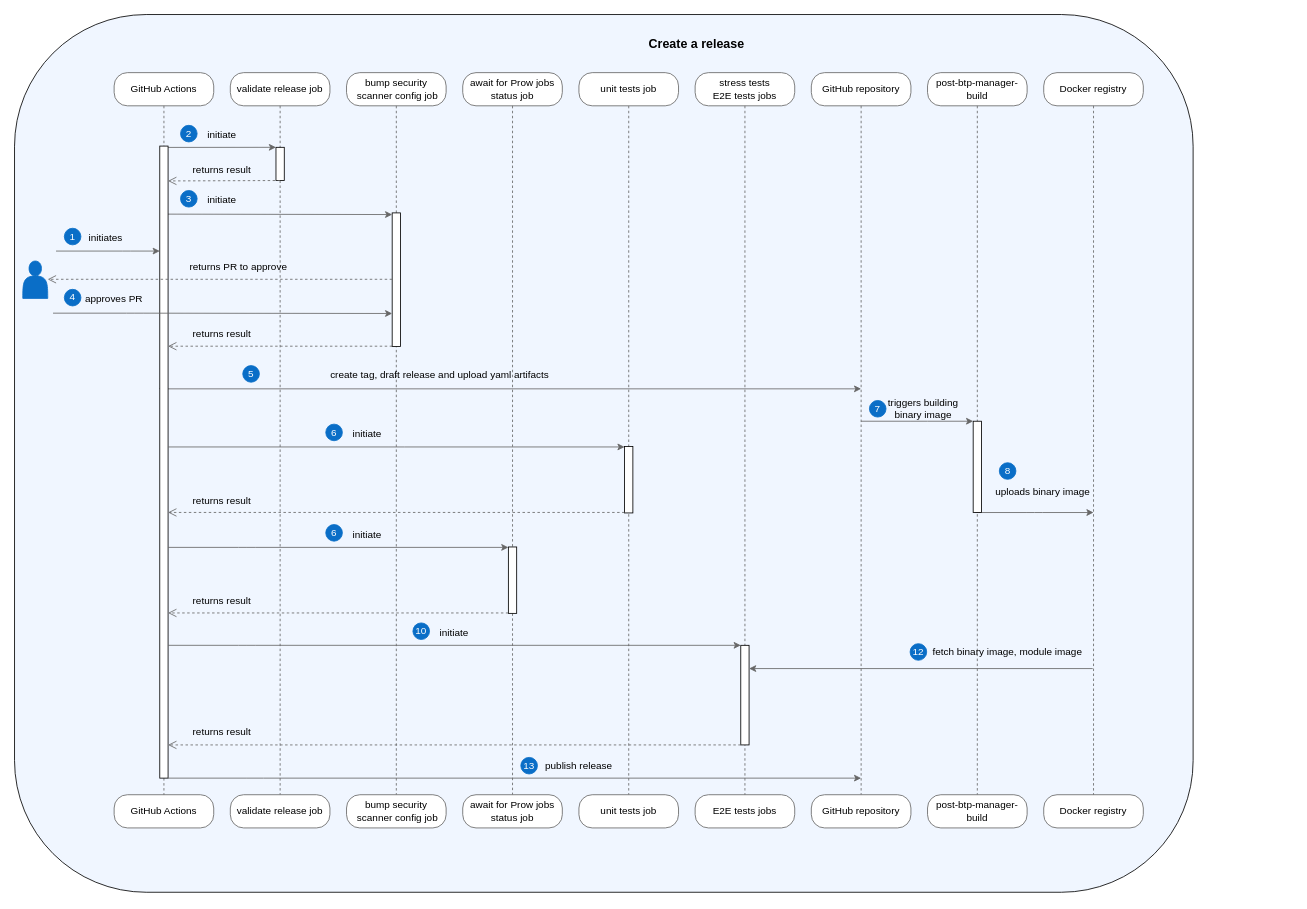
Above: docs/assets/release.drawio in kyma-project/btp-manager (draw.io), before the change. Source tidied: cells renumbered, new cells numbered last; positions are measured from the earlier drawing's top-left corner, leaving out a move shared by most shapes. Both pictures are drawn from the tidied source at 83%, with x=0, y=0 at pixel (14, 14).
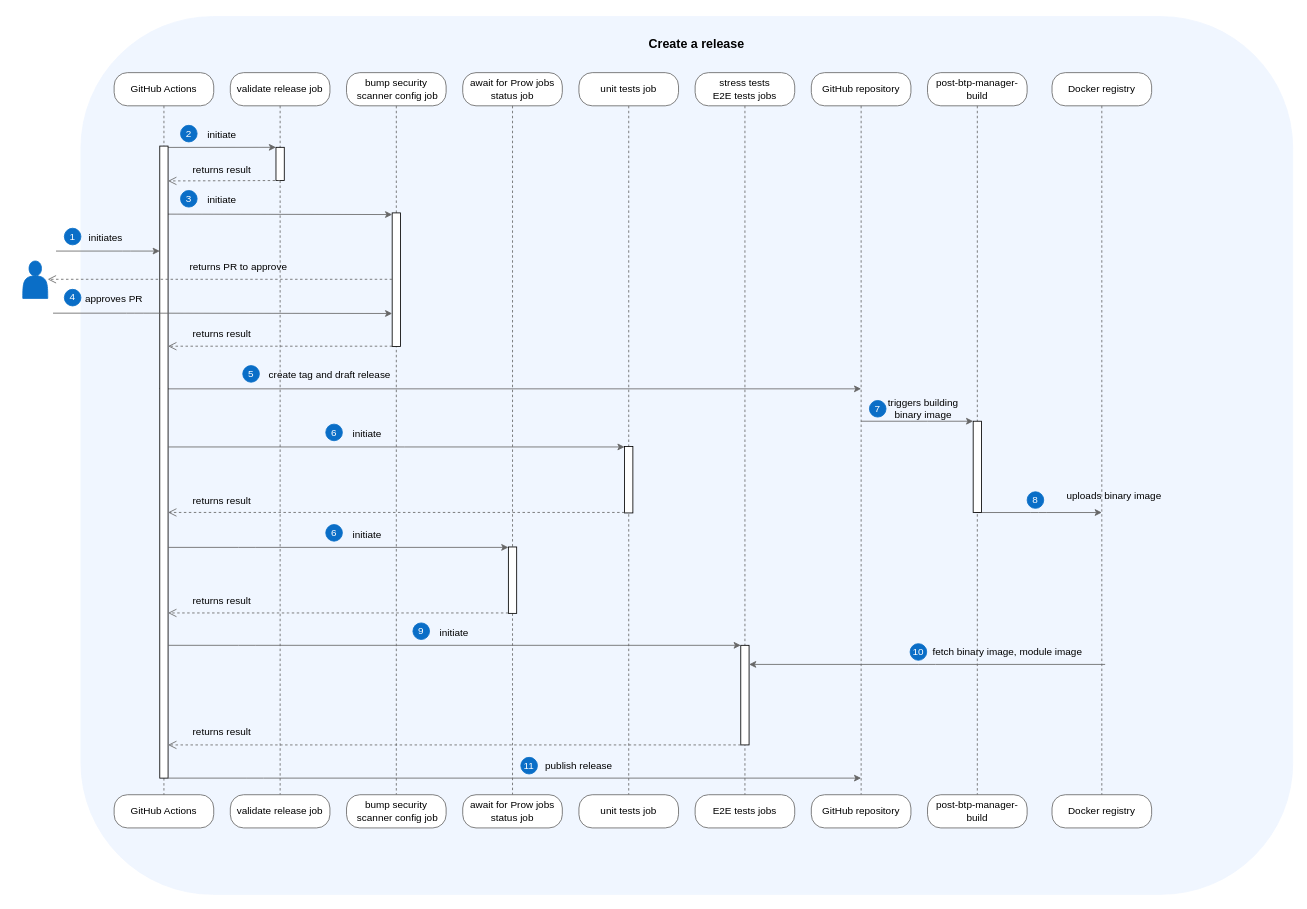
After the change.

The change refers to these unchanged cells:
```xml
<mxCell id="31" value="fetch binary image, module image" style="text;html=1;strokeColor=none;fillColor=none;align=center;verticalAlign=middle;whiteSpace=wrap;rounded=0;" parent="1" vertex="1">
  <mxGeometry x="1079" y="753" width="235" height="30" as="geometry" />
</mxCell>
<mxCell id="76" style="html=1;points=[];perimeter=orthogonalPerimeter;outlineConnect=0;targetShapes=umlLifeline;portConstraint=eastwest;newEdgeStyle={&quot;edgeStyle&quot;:&quot;elbowEdgeStyle&quot;,&quot;elbow&quot;:&quot;vertical&quot;,&quot;curved&quot;:0,&quot;rounded&quot;:0};" parent="1" vertex="1">
  <mxGeometry x="875" y="760" width="10" height="120" as="geometry" />
</mxCell>
```

What changed in the source:
```diff
@@
-    <mxCell id="2" style="rounded=1;whiteSpace=wrap;html=1;verticalAlign=bottom;fillColor=#f0f6ff;" parent="1" vertex="1">
-      <mxGeometry width="1420" height="1057.5" as="geometry" />
+    <mxCell id="2" style="rounded=1;whiteSpace=wrap;html=1;fillColor=#f0f6ff;strokeColor=#f0f6ff;verticalAlign=bottom;" parent="1" vertex="1">
+      <mxGeometry x="80" y="2.5" width="1460" height="1057.5" as="geometry" />
     </mxCell>
@@
     <mxCell id="17" value="Docker registry" style="rounded=1;whiteSpace=wrap;html=1;arcSize=40;fontColor=#000000;fillColor=#FFFFFF;strokeColor=#666666;" parent="1" vertex="1">
-      <mxGeometry x="1240" y="70" width="120" height="40" as="geometry" />
+      <mxGeometry x="1250" y="70" width="120" height="40" as="geometry" />
     </mxCell>
     <mxCell id="18" value="Docker registry" style="rounded=1;whiteSpace=wrap;html=1;arcSize=40;fontColor=#000000;fillColor=#FFFFFF;strokeColor=#666666;" parent="1" vertex="1">
-      <mxGeometry x="1240" y="940" width="120" height="40" as="geometry" />
+      <mxGeometry x="1250" y="940" width="120" height="40" as="geometry" />
     </mxCell>
@@
     <mxCell id="23" style="edgeStyle=elbowEdgeStyle;rounded=1;orthogonalLoop=1;jettySize=auto;html=1;elbow=vertical;strokeColor=#666666;" parent="1" edge="1">
       <mxGeometry relative="1" as="geometry">
         <mxPoint x="1157.5" y="600" as="sourcePoint" />
-        <mxPoint x="1300" y="600" as="targetPoint" />
+        <mxPoint x="1310" y="600" as="targetPoint" />
       </mxGeometry>
     </mxCell>
@@
-    <mxCell id="27" style="edgeStyle=elbowEdgeStyle;rounded=1;jettySize=auto;html=1;elbow=vertical;strokeColor=#666666;exitX=0.936;exitY=1.167;exitDx=0;exitDy=0;exitPerimeter=0;" parent="1" edge="1" source="31" target="76">
+    <mxCell id="27" style="edgeStyle=elbowEdgeStyle;rounded=1;jettySize=auto;html=1;elbow=vertical;strokeColor=#666666;exitX=1;exitY=1;exitDx=0;exitDy=0;" parent="1" edge="1" source="31" target="76">
       <mxGeometry relative="1" as="geometry" />
     </mxCell>
@@
     <mxCell id="30" style="edgeStyle=orthogonalEdgeStyle;html=1;verticalAlign=bottom;endArrow=none;endSize=8;strokeColor=#666666;rounded=1;entryDx=0;entryDy=0;endFill=0;dashed=1;entryX=0.5;entryY=0;exitX=0.5;exitY=1;exitDx=0;exitDy=0;" parent="1" edge="1" source="17" target="18">
-      <mxGeometry relative="1" as="geometry">
-        <Array as="points">
-          <mxPoint x="1300" y="110" />
-          <mxPoint x="1300" y="940" />
-        </Array>
-      </mxGeometry>
+      <mxGeometry relative="1" as="geometry" />
     </mxCell>
@@
     <mxCell id="32" value="uploads binary image" style="text;html=1;strokeColor=none;fillColor=none;align=center;verticalAlign=middle;whiteSpace=wrap;rounded=0;" parent="1" vertex="1">
-      <mxGeometry x="1164" y="560" width="150" height="30" as="geometry" />
+      <mxGeometry x="1250" y="565" width="150" height="30" as="geometry" />
     </mxCell>
-    <mxCell id="33" value="&lt;font color=&quot;#ffffff&quot;&gt;12&lt;/font&gt;" style="ellipse;whiteSpace=wrap;html=1;fillColor=#0a6ec7;strokeColor=#0a6ec7;" parent="1" vertex="1">
+    <mxCell id="33" value="&lt;font color=&quot;#ffffff&quot;&gt;10&lt;/font&gt;" style="ellipse;whiteSpace=wrap;html=1;fillColor=#0a6ec7;strokeColor=#0a6ec7;" parent="1" vertex="1">
       <mxGeometry x="1079" y="758" width="20" height="20" as="geometry" />
     </mxCell>
@@
     <mxCell id="37" value="&lt;font color=&quot;#ffffff&quot;&gt;8&lt;/font&gt;" style="ellipse;whiteSpace=wrap;html=1;fillColor=#0a6ec7;strokeColor=#0a6ec7;" parent="1" vertex="1">
-      <mxGeometry x="1186.5" y="540" width="20" height="20" as="geometry" />
+      <mxGeometry x="1220" y="575" width="20" height="20" as="geometry" />
     </mxCell>
@@
-    <mxCell id="59" value="create tag, draft release and upload yaml artifacts" style="text;html=1;strokeColor=none;fillColor=none;align=center;verticalAlign=middle;whiteSpace=wrap;rounded=0;" parent="1" vertex="1">
-      <mxGeometry x="295" y="420" width="435" height="30" as="geometry" />
+    <mxCell id="59" value="create tag and draft release" style="text;html=1;strokeColor=none;fillColor=none;align=center;verticalAlign=middle;whiteSpace=wrap;rounded=0;" parent="1" vertex="1">
+      <mxGeometry x="295" y="420" width="170" height="30" as="geometry" />
     </mxCell>
@@
-    <mxCell id="79" value="&lt;font color=&quot;#ffffff&quot;&gt;10&lt;/font&gt;" style="ellipse;whiteSpace=wrap;html=1;fillColor=#0a6ec7;strokeColor=#0a6ec7;" parent="1" vertex="1">
+    <mxCell id="79" value="&lt;font color=&quot;#ffffff&quot;&gt;9&lt;/font&gt;" style="ellipse;whiteSpace=wrap;html=1;fillColor=#0a6ec7;strokeColor=#0a6ec7;" parent="1" vertex="1">
       <mxGeometry x="480" y="733" width="20" height="20" as="geometry" />
     </mxCell>
@@
-    <mxCell id="84" value="&lt;font color=&quot;#ffffff&quot;&gt;13&lt;/font&gt;" style="ellipse;whiteSpace=wrap;html=1;fillColor=#0a6ec7;strokeColor=#0a6ec7;" parent="1" vertex="1">
+    <mxCell id="84" value="&lt;font color=&quot;#ffffff&quot;&gt;11&lt;/font&gt;" style="ellipse;whiteSpace=wrap;html=1;fillColor=#0a6ec7;strokeColor=#0a6ec7;" parent="1" vertex="1">
       <mxGeometry x="610" y="895" width="20" height="20" as="geometry" />
     </mxCell>
```
